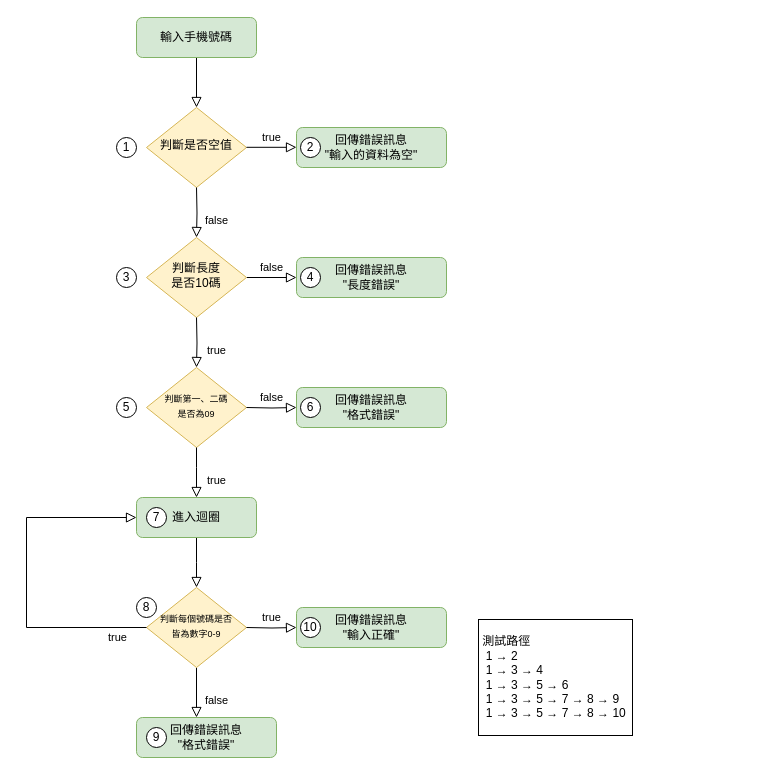
Before: src/softwareRegularMethod/homework1028/LoopTesting5.drawio in weiiweiihung/NTOU_Homework, a draw.io diagram. Source tidied: cells renumbered, new cells numbered last; positions are measured from the earlier drawing's top-left corner, leaving out a move shared by most shapes. Both pictures are drawn from the tidied source at 100%, with x=0, y=0 at pixel (26, 17).
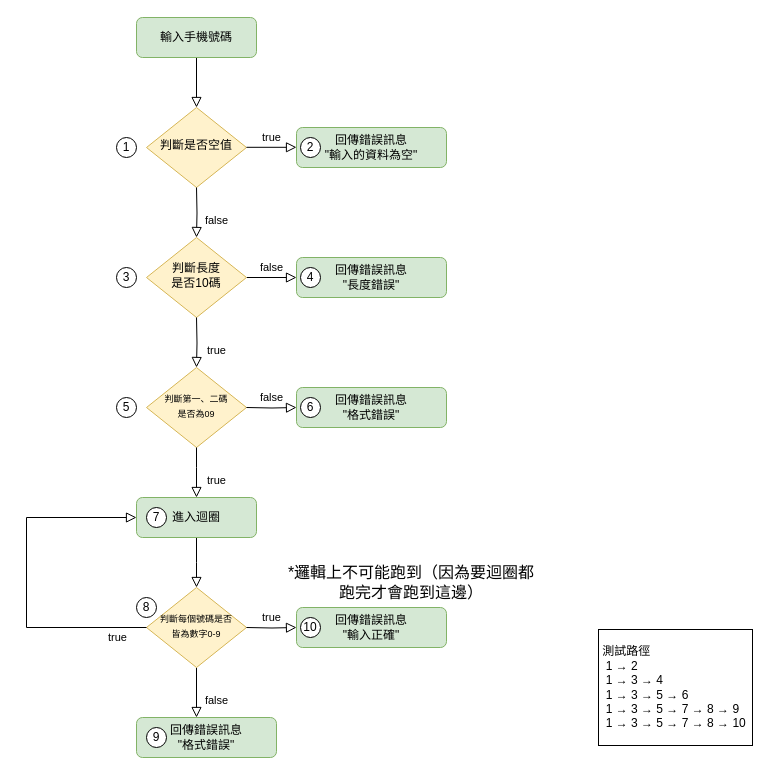
The same page after the edit.

Change to the diagram source:
```diff
@@
     <mxCell id="34" value="&lt;font style=&quot;font-size: 12px&quot;&gt;&amp;nbsp; &lt;br&gt;&amp;nbsp;測試路徑&lt;br&gt;&amp;nbsp; 1 → 2&lt;br&gt;&amp;nbsp; 1&amp;nbsp;→&amp;nbsp;3&amp;nbsp;→&amp;nbsp;4&lt;br&gt;&amp;nbsp; 1&amp;nbsp;→&amp;nbsp;3&amp;nbsp;→&amp;nbsp;5&amp;nbsp;→ 6&lt;br&gt;&amp;nbsp; 1&amp;nbsp;→&amp;nbsp;3&amp;nbsp;→&amp;nbsp;5&amp;nbsp;→&amp;nbsp;7&amp;nbsp;→&amp;nbsp;8&amp;nbsp;→&amp;nbsp;9&lt;br&gt;&amp;nbsp; 1&amp;nbsp;→&amp;nbsp;3&amp;nbsp;→&amp;nbsp;5&amp;nbsp;→&amp;nbsp;7&amp;nbsp;→&amp;nbsp;8&amp;nbsp;→&amp;nbsp;10&amp;nbsp;&amp;nbsp;&lt;br&gt;&lt;br&gt;&lt;/font&gt;" style="text;html=1;strokeColor=none;fillColor=none;align=left;verticalAlign=middle;whiteSpace=wrap;rounded=0;labelBackgroundColor=#ffffff;labelBorderColor=#000000;" parent="1" vertex="1">
-      <mxGeometry x="450" y="590" width="160" height="140" as="geometry" />
+      <mxGeometry x="570" y="600" width="160" height="140" as="geometry" />
     </mxCell>
+    <mxCell id="35" value="&lt;font style=&quot;font-size: 16px;&quot;&gt;&lt;font style=&quot;font-size: 16px;&quot;&gt;*邏輯上不可能跑到（因為要迴圈都跑完才會跑到這邊&lt;/font&gt;）&lt;/font&gt;" style="text;html=1;strokeColor=none;fillColor=none;align=center;verticalAlign=middle;whiteSpace=wrap;rounded=0;" parent="1" vertex="1">
+      <mxGeometry x="260" y="530" width="250" height="70" as="geometry" />
+    </mxCell>
```
